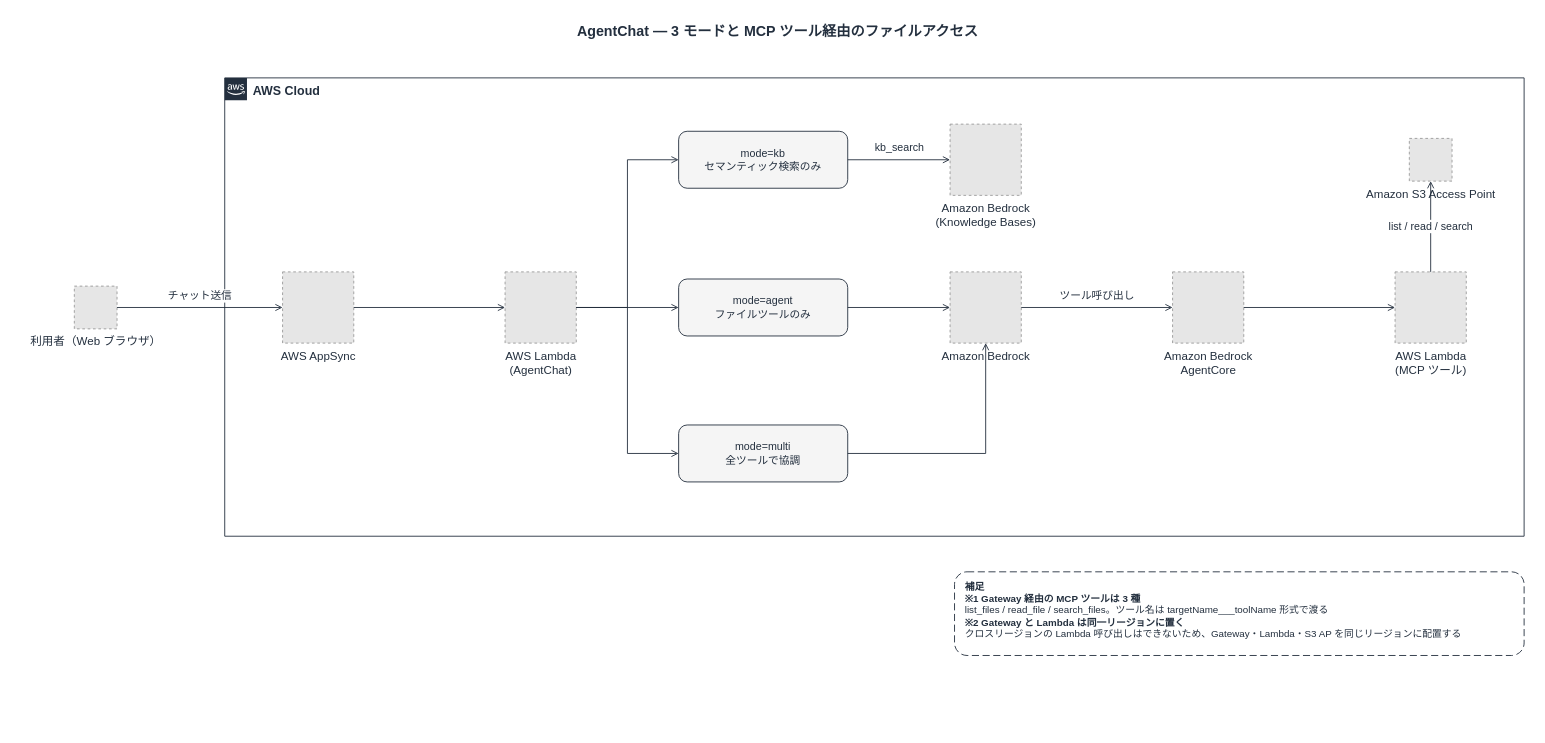
Above: docs/diagrams/part3-agentchat-modes.drawio in Yoshiki0705/FSx-for-ONTAP-S3AccessPoints-Serverless-Patterns (draw.io), before the change. Source tidied: cells renumbered, new cells numbered last; positions are measured from the earlier drawing's top-left corner, leaving out a move shared by most shapes. Both pictures are drawn from the tidied source at 89%, with x=0, y=0 at pixel (30, 15). Pictures stored in the file or linked from it are replaced by grey dashed boxes.
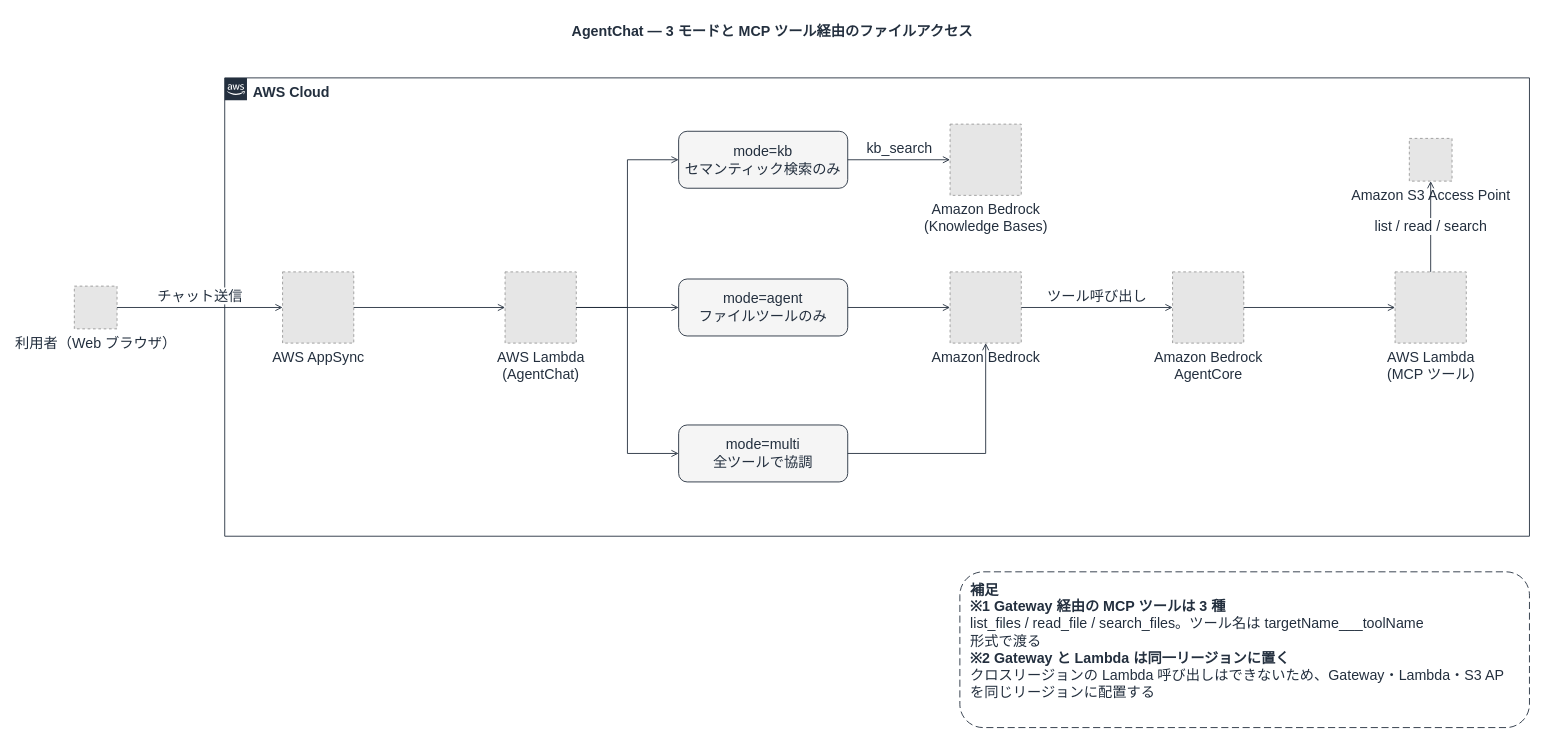
The same page after the edit.

Diff of the diagram source:
```diff
@@
     <mxCell id="2" value="AgentChat — 3 モードと MCP ツール経由のファイルアクセス" style="text;html=1;align=center;verticalAlign=middle;fontSize=16;fontStyle=1;fontColor=#232F3E;" parent="1" vertex="1">
-      <mxGeometry width="1678" height="34" as="geometry" />
+      <mxGeometry x="-17" width="1700" height="34" as="geometry" />
     </mxCell>
-    <mxCell id="3" value="AWS Cloud" style="gradientColor=none;html=1;whiteSpace=wrap;fontSize=14;fontStyle=1;shape=mxgraph.aws4.group;grIcon=mxgraph.aws4.group_aws_cloud_alt;strokeColor=#232F3E;fillColor=none;verticalAlign=top;align=left;spacingLeft=30;fontColor=#232F3E;dashed=0;" parent="1" vertex="1">
-      <mxGeometry x="218" y="70" width="1460" height="515" as="geometry" />
+    <mxCell id="3" value="AWS Cloud" style="gradientColor=none;html=1;whiteSpace=wrap;fontSize=16;fontStyle=1;shape=mxgraph.aws4.group;grIcon=mxgraph.aws4.group_aws_cloud_alt;strokeColor=#232F3E;fillColor=none;verticalAlign=top;align=left;spacingLeft=30;fontColor=#232F3E;dashed=0;" parent="1" vertex="1">
+      <mxGeometry x="218" y="70" width="1466" height="515" as="geometry" />
     </mxCell>
-    <mxCell id="4" value="利用者（Web ブラウザ）" style="fillColor=#E6E6E6;strokeColor=#999999;dashed=1;html=1;verticalLabelPosition=bottom;verticalAlign=top;labelPosition=center;align=center;fontSize=13;fontColor=#232F3E;" parent="1" vertex="1">
+    <mxCell id="4" value="利用者（Web ブラウザ）" style="fillColor=#E6E6E6;strokeColor=#999999;dashed=1;html=1;verticalLabelPosition=bottom;verticalAlign=top;labelPosition=center;align=center;fontSize=16;fontColor=#232F3E;" parent="1" vertex="1">
       <mxGeometry x="49" y="304" width="48" height="48" as="geometry" />
     </mxCell>
-    <mxCell id="5" value="AWS AppSync" style="fillColor=#E6E6E6;strokeColor=#999999;dashed=1;html=1;verticalLabelPosition=bottom;verticalAlign=top;labelPosition=center;align=center;fontSize=13;fontColor=#232F3E;" parent="1" vertex="1">
+    <mxCell id="5" value="AWS AppSync" style="fillColor=#E6E6E6;strokeColor=#999999;dashed=1;html=1;verticalLabelPosition=bottom;verticalAlign=top;labelPosition=center;align=center;fontSize=16;fontColor=#232F3E;" parent="1" vertex="1">
       <mxGeometry x="283" y="288" width="80" height="80" as="geometry" />
     </mxCell>
-    <mxCell id="6" value="AWS Lambda&lt;br&gt;(AgentChat)" style="fillColor=#E6E6E6;strokeColor=#999999;dashed=1;html=1;verticalLabelPosition=bottom;verticalAlign=top;labelPosition=center;align=center;fontSize=13;fontColor=#232F3E;" parent="1" vertex="1">
+    <mxCell id="6" value="AWS Lambda&lt;br&gt;(AgentChat)" style="fillColor=#E6E6E6;strokeColor=#999999;dashed=1;html=1;verticalLabelPosition=bottom;verticalAlign=top;labelPosition=center;align=center;fontSize=16;fontColor=#232F3E;" parent="1" vertex="1">
       <mxGeometry x="533" y="288" width="80" height="80" as="geometry" />
     </mxCell>
-    <mxCell id="7" value="mode=kb&lt;br&gt;セマンティック検索のみ" style="rounded=1;whiteSpace=wrap;html=1;dashed=0;strokeColor=#232F3E;fillColor=#F5F5F5;align=center;verticalAlign=middle;fontSize=12;fontColor=#232F3E;" parent="1" vertex="1">
+    <mxCell id="7" value="mode=kb&lt;br&gt;セマンティック検索のみ" style="rounded=1;whiteSpace=wrap;html=1;dashed=0;strokeColor=#232F3E;fillColor=#F5F5F5;align=center;verticalAlign=middle;fontSize=16;fontColor=#232F3E;" parent="1" vertex="1">
       <mxGeometry x="728" y="130" width="190" height="64" as="geometry" />
     </mxCell>
-    <mxCell id="8" value="mode=agent&lt;br&gt;ファイルツールのみ" style="rounded=1;whiteSpace=wrap;html=1;dashed=0;strokeColor=#232F3E;fillColor=#F5F5F5;align=center;verticalAlign=middle;fontSize=12;fontColor=#232F3E;" parent="1" vertex="1">
+    <mxCell id="8" value="mode=agent&lt;br&gt;ファイルツールのみ" style="rounded=1;whiteSpace=wrap;html=1;dashed=0;strokeColor=#232F3E;fillColor=#F5F5F5;align=center;verticalAlign=middle;fontSize=16;fontColor=#232F3E;" parent="1" vertex="1">
       <mxGeometry x="728" y="296" width="190" height="64" as="geometry" />
     </mxCell>
-    <mxCell id="9" value="mode=multi&lt;br&gt;全ツールで協調" style="rounded=1;whiteSpace=wrap;html=1;dashed=0;strokeColor=#232F3E;fillColor=#F5F5F5;align=center;verticalAlign=middle;fontSize=12;fontColor=#232F3E;" parent="1" vertex="1">
+    <mxCell id="9" value="mode=multi&lt;br&gt;全ツールで協調" style="rounded=1;whiteSpace=wrap;html=1;dashed=0;strokeColor=#232F3E;fillColor=#F5F5F5;align=center;verticalAlign=middle;fontSize=16;fontColor=#232F3E;" parent="1" vertex="1">
       <mxGeometry x="728" y="460" width="190" height="64" as="geometry" />
     </mxCell>
-    <mxCell id="10" value="Amazon Bedrock&lt;br&gt;(Knowledge Bases)" style="fillColor=#E6E6E6;strokeColor=#999999;dashed=1;html=1;verticalLabelPosition=bottom;verticalAlign=top;labelPosition=center;align=center;fontSize=13;fontColor=#232F3E;" parent="1" vertex="1">
+    <mxCell id="10" value="Amazon Bedrock&lt;br&gt;(Knowledge Bases)" style="fillColor=#E6E6E6;strokeColor=#999999;dashed=1;html=1;verticalLabelPosition=bottom;verticalAlign=top;labelPosition=center;align=center;fontSize=16;fontColor=#232F3E;" parent="1" vertex="1">
       <mxGeometry x="1033" y="122" width="80" height="80" as="geometry" />
     </mxCell>
-    <mxCell id="11" value="Amazon Bedrock" style="fillColor=#E6E6E6;strokeColor=#999999;dashed=1;html=1;verticalLabelPosition=bottom;verticalAlign=top;labelPosition=center;align=center;fontSize=13;fontColor=#232F3E;" parent="1" vertex="1">
+    <mxCell id="11" value="Amazon Bedrock" style="fillColor=#E6E6E6;strokeColor=#999999;dashed=1;html=1;verticalLabelPosition=bottom;verticalAlign=top;labelPosition=center;align=center;fontSize=16;fontColor=#232F3E;" parent="1" vertex="1">
       <mxGeometry x="1033" y="288" width="80" height="80" as="geometry" />
     </mxCell>
-    <mxCell id="12" value="Amazon Bedrock&lt;br&gt;AgentCore" style="fillColor=#E6E6E6;strokeColor=#999999;dashed=1;html=1;verticalLabelPosition=bottom;verticalAlign=top;labelPosition=center;align=center;fontSize=13;fontColor=#232F3E;" parent="1" vertex="1">
+    <mxCell id="12" value="Amazon Bedrock&lt;br&gt;AgentCore" style="fillColor=#E6E6E6;strokeColor=#999999;dashed=1;html=1;verticalLabelPosition=bottom;verticalAlign=top;labelPosition=center;align=center;fontSize=16;fontColor=#232F3E;" parent="1" vertex="1">
       <mxGeometry x="1283" y="288" width="80" height="80" as="geometry" />
     </mxCell>
-    <mxCell id="13" value="AWS Lambda&lt;br&gt;(MCP ツール)" style="fillColor=#E6E6E6;strokeColor=#999999;dashed=1;html=1;verticalLabelPosition=bottom;verticalAlign=top;labelPosition=center;align=center;fontSize=13;fontColor=#232F3E;" parent="1" vertex="1">
+    <mxCell id="13" value="AWS Lambda&lt;br&gt;(MCP ツール)" style="fillColor=#E6E6E6;strokeColor=#999999;dashed=1;html=1;verticalLabelPosition=bottom;verticalAlign=top;labelPosition=center;align=center;fontSize=16;fontColor=#232F3E;" parent="1" vertex="1">
       <mxGeometry x="1533" y="288" width="80" height="80" as="geometry" />
     </mxCell>
-    <mxCell id="14" value="Amazon S3 Access Point" style="fillColor=#E6E6E6;strokeColor=#999999;dashed=1;html=1;verticalLabelPosition=bottom;verticalAlign=top;labelPosition=center;align=center;fontSize=13;fontColor=#232F3E;" parent="1" vertex="1">
+    <mxCell id="14" value="Amazon S3 Access Point" style="fillColor=#E6E6E6;strokeColor=#999999;dashed=1;html=1;verticalLabelPosition=bottom;verticalAlign=top;labelPosition=center;align=center;fontSize=16;fontColor=#232F3E;" parent="1" vertex="1">
       <mxGeometry x="1549" y="138" width="48" height="48" as="geometry" />
     </mxCell>
-    <mxCell id="15" value="チャット送信" style="edgeStyle=orthogonalEdgeStyle;rounded=0;jettySize=auto;html=1;endArrow=open;endFill=0;strokeColor=#232F3E;strokeWidth=1;fontSize=12;fontColor=#232F3E;labelBackgroundColor=#ffffff;" parent="1" edge="1" source="4" target="5">
+    <mxCell id="15" value="チャット送信" style="edgeStyle=orthogonalEdgeStyle;rounded=0;jettySize=auto;html=1;endArrow=open;endFill=0;strokeColor=#232F3E;strokeWidth=1;fontSize=16;fontColor=#232F3E;labelBackgroundColor=#ffffff;" parent="1" edge="1" source="4" target="5">
       <mxGeometry relative="1" as="geometry">
         <mxPoint y="-13" as="offset" />
       </mxGeometry>
     </mxCell>
-    <mxCell id="16" style="edgeStyle=orthogonalEdgeStyle;rounded=0;jettySize=auto;html=1;endArrow=open;endFill=0;strokeColor=#232F3E;strokeWidth=1;fontSize=12;fontColor=#232F3E;labelBackgroundColor=#ffffff;" parent="1" edge="1" source="5" target="6">
+    <mxCell id="16" style="edgeStyle=orthogonalEdgeStyle;rounded=0;jettySize=auto;html=1;endArrow=open;endFill=0;strokeColor=#232F3E;strokeWidth=1;fontSize=16;fontColor=#232F3E;labelBackgroundColor=#ffffff;" parent="1" edge="1" source="5" target="6">
       <mxGeometry relative="1" as="geometry" />
     </mxCell>
-    <mxCell id="17" style="edgeStyle=orthogonalEdgeStyle;rounded=0;jettySize=auto;html=1;endArrow=open;endFill=0;strokeColor=#232F3E;strokeWidth=1;fontSize=12;fontColor=#232F3E;labelBackgroundColor=#ffffff;exitX=1;exitY=0.5;exitDx=0;exitDy=0;entryX=0;entryY=0.5;entryDx=0;entryDy=0;" parent="1" edge="1" source="6" target="7">
+    <mxCell id="17" style="edgeStyle=orthogonalEdgeStyle;rounded=0;jettySize=auto;html=1;endArrow=open;endFill=0;strokeColor=#232F3E;strokeWidth=1;fontSize=16;fontColor=#232F3E;labelBackgroundColor=#ffffff;exitX=1;exitY=0.5;exitDx=0;exitDy=0;entryX=0;entryY=0.5;entryDx=0;entryDy=0;" parent="1" edge="1" source="6" target="7">
       <mxGeometry relative="1" as="geometry" />
     </mxCell>
-    <mxCell id="18" style="edgeStyle=orthogonalEdgeStyle;rounded=0;jettySize=auto;html=1;endArrow=open;endFill=0;strokeColor=#232F3E;strokeWidth=1;fontSize=12;fontColor=#232F3E;labelBackgroundColor=#ffffff;exitX=1;exitY=0.5;exitDx=0;exitDy=0;entryX=0;entryY=0.5;entryDx=0;entryDy=0;" parent="1" edge="1" source="6" target="8">
+    <mxCell id="18" style="edgeStyle=orthogonalEdgeStyle;rounded=0;jettySize=auto;html=1;endArrow=open;endFill=0;strokeColor=#232F3E;strokeWidth=1;fontSize=16;fontColor=#232F3E;labelBackgroundColor=#ffffff;exitX=1;exitY=0.5;exitDx=0;exitDy=0;entryX=0;entryY=0.5;entryDx=0;entryDy=0;" parent="1" edge="1" source="6" target="8">
       <mxGeometry relative="1" as="geometry" />
     </mxCell>
-    <mxCell id="19" style="edgeStyle=orthogonalEdgeStyle;rounded=0;jettySize=auto;html=1;endArrow=open;endFill=0;strokeColor=#232F3E;strokeWidth=1;fontSize=12;fontColor=#232F3E;labelBackgroundColor=#ffffff;exitX=1;exitY=0.5;exitDx=0;exitDy=0;entryX=0;entryY=0.5;entryDx=0;entryDy=0;" parent="1" edge="1" source="6" target="9">
+    <mxCell id="19" style="edgeStyle=orthogonalEdgeStyle;rounded=0;jettySize=auto;html=1;endArrow=open;endFill=0;strokeColor=#232F3E;strokeWidth=1;fontSize=16;fontColor=#232F3E;labelBackgroundColor=#ffffff;exitX=1;exitY=0.5;exitDx=0;exitDy=0;entryX=0;entryY=0.5;entryDx=0;entryDy=0;" parent="1" edge="1" source="6" target="9">
       <mxGeometry relative="1" as="geometry" />
     </mxCell>
-    <mxCell id="20" value="kb_search" style="edgeStyle=orthogonalEdgeStyle;rounded=0;jettySize=auto;html=1;endArrow=open;endFill=0;strokeColor=#232F3E;strokeWidth=1;fontSize=12;fontColor=#232F3E;labelBackgroundColor=#ffffff;" parent="1" edge="1" source="7" target="10">
+    <mxCell id="20" value="kb_search" style="edgeStyle=orthogonalEdgeStyle;rounded=0;jettySize=auto;html=1;endArrow=open;endFill=0;strokeColor=#232F3E;strokeWidth=1;fontSize=16;fontColor=#232F3E;labelBackgroundColor=#ffffff;" parent="1" edge="1" source="7" target="10">
       <mxGeometry relative="1" as="geometry">
         <mxPoint y="-13" as="offset" />
       </mxGeometry>
     </mxCell>
-    <mxCell id="21" style="edgeStyle=orthogonalEdgeStyle;rounded=0;jettySize=auto;html=1;endArrow=open;endFill=0;strokeColor=#232F3E;strokeWidth=1;fontSize=12;fontColor=#232F3E;labelBackgroundColor=#ffffff;" parent="1" edge="1" source="8" target="11">
+    <mxCell id="21" style="edgeStyle=orthogonalEdgeStyle;rounded=0;jettySize=auto;html=1;endArrow=open;endFill=0;strokeColor=#232F3E;strokeWidth=1;fontSize=16;fontColor=#232F3E;labelBackgroundColor=#ffffff;" parent="1" edge="1" source="8" target="11">
       <mxGeometry relative="1" as="geometry" />
     </mxCell>
-    <mxCell id="22" style="edgeStyle=orthogonalEdgeStyle;rounded=0;jettySize=auto;html=1;endArrow=open;endFill=0;strokeColor=#232F3E;strokeWidth=1;fontSize=12;fontColor=#232F3E;labelBackgroundColor=#ffffff;" parent="1" edge="1" source="9" target="11">
+    <mxCell id="22" style="edgeStyle=orthogonalEdgeStyle;rounded=0;jettySize=auto;html=1;endArrow=open;endFill=0;strokeColor=#232F3E;strokeWidth=1;fontSize=16;fontColor=#232F3E;labelBackgroundColor=#ffffff;" parent="1" edge="1" source="9" target="11">
       <mxGeometry relative="1" as="geometry" />
     </mxCell>
-    <mxCell id="23" value="ツール呼び出し" style="edgeStyle=orthogonalEdgeStyle;rounded=0;jettySize=auto;html=1;endArrow=open;endFill=0;strokeColor=#232F3E;strokeWidth=1;fontSize=12;fontColor=#232F3E;labelBackgroundColor=#ffffff;" parent="1" edge="1" source="11" target="12">
+    <mxCell id="23" value="ツール呼び出し" style="edgeStyle=orthogonalEdgeStyle;rounded=0;jettySize=auto;html=1;endArrow=open;endFill=0;strokeColor=#232F3E;strokeWidth=1;fontSize=16;fontColor=#232F3E;labelBackgroundColor=#ffffff;" parent="1" edge="1" source="11" target="12">
       <mxGeometry relative="1" as="geometry">
         <mxPoint y="-13" as="offset" />
       </mxGeometry>
     </mxCell>
-    <mxCell id="24" style="edgeStyle=orthogonalEdgeStyle;rounded=0;jettySize=auto;html=1;endArrow=open;endFill=0;strokeColor=#232F3E;strokeWidth=1;fontSize=12;fontColor=#232F3E;labelBackgroundColor=#ffffff;" parent="1" edge="1" source="12" target="13">
+    <mxCell id="24" style="edgeStyle=orthogonalEdgeStyle;rounded=0;jettySize=auto;html=1;endArrow=open;endFill=0;strokeColor=#232F3E;strokeWidth=1;fontSize=16;fontColor=#232F3E;labelBackgroundColor=#ffffff;" parent="1" edge="1" source="12" target="13">
       <mxGeometry relative="1" as="geometry" />
     </mxCell>
-    <mxCell id="25" value="list / read / search" style="edgeStyle=orthogonalEdgeStyle;rounded=0;jettySize=auto;html=1;endArrow=open;endFill=0;strokeColor=#232F3E;strokeWidth=1;fontSize=12;fontColor=#232F3E;labelBackgroundColor=#ffffff;" parent="1" edge="1" source="13" target="14">
+    <mxCell id="25" value="list / read / search" style="edgeStyle=orthogonalEdgeStyle;rounded=0;jettySize=auto;html=1;endArrow=open;endFill=0;strokeColor=#232F3E;strokeWidth=1;fontSize=16;fontColor=#232F3E;labelBackgroundColor=#ffffff;" parent="1" edge="1" source="13" target="14">
       <mxGeometry relative="1" as="geometry" />
     </mxCell>
-    <mxCell id="26" value="&lt;b&gt;補足&lt;/b&gt;&lt;br&gt;&lt;b&gt;※1 Gateway 経由の MCP ツールは 3 種&lt;/b&gt;&lt;br&gt;list_files / read_file / search_files。ツール名は targetName___toolName 形式で渡る&lt;br&gt;&lt;b&gt;※2 Gateway と Lambda は同一リージョンに置く&lt;/b&gt;&lt;br&gt;クロスリージョンの Lambda 呼び出しはできないため、Gateway・Lambda・S3 AP を同じリージョンに配置する" style="rounded=1;whiteSpace=wrap;html=1;dashed=1;dashPattern=8 4;strokeColor=#232F3E;fillColor=#FFFFFF;align=left;verticalAlign=top;spacingLeft=10;spacingTop=4;fontSize=11;fontColor=#232F3E;" parent="1" vertex="1">
-      <mxGeometry x="1038" y="625" width="640" height="94" as="geometry" />
+    <mxCell id="26" value="&lt;b&gt;補足&lt;/b&gt;&lt;br&gt;&lt;b&gt;※1 Gateway 経由の MCP ツールは 3 種&lt;/b&gt;&lt;br&gt;list_files / read_file / search_files。ツール名は targetName___toolName&lt;br&gt;形式で渡る&lt;br&gt;&lt;b&gt;※2 Gateway と Lambda は同一リージョンに置く&lt;/b&gt;&lt;br&gt;クロスリージョンの Lambda 呼び出しはできないため、Gateway・Lambda・S3 AP&lt;br&gt;を同じリージョンに配置する" style="rounded=1;whiteSpace=wrap;html=1;dashed=1;dashPattern=8 4;strokeColor=#232F3E;fillColor=#FFFFFF;align=left;verticalAlign=top;spacingLeft=10;spacingTop=4;fontSize=16;fontColor=#232F3E;" parent="1" vertex="1">
+      <mxGeometry x="1044" y="625" width="640" height="175" as="geometry" />
     </mxCell>
```
